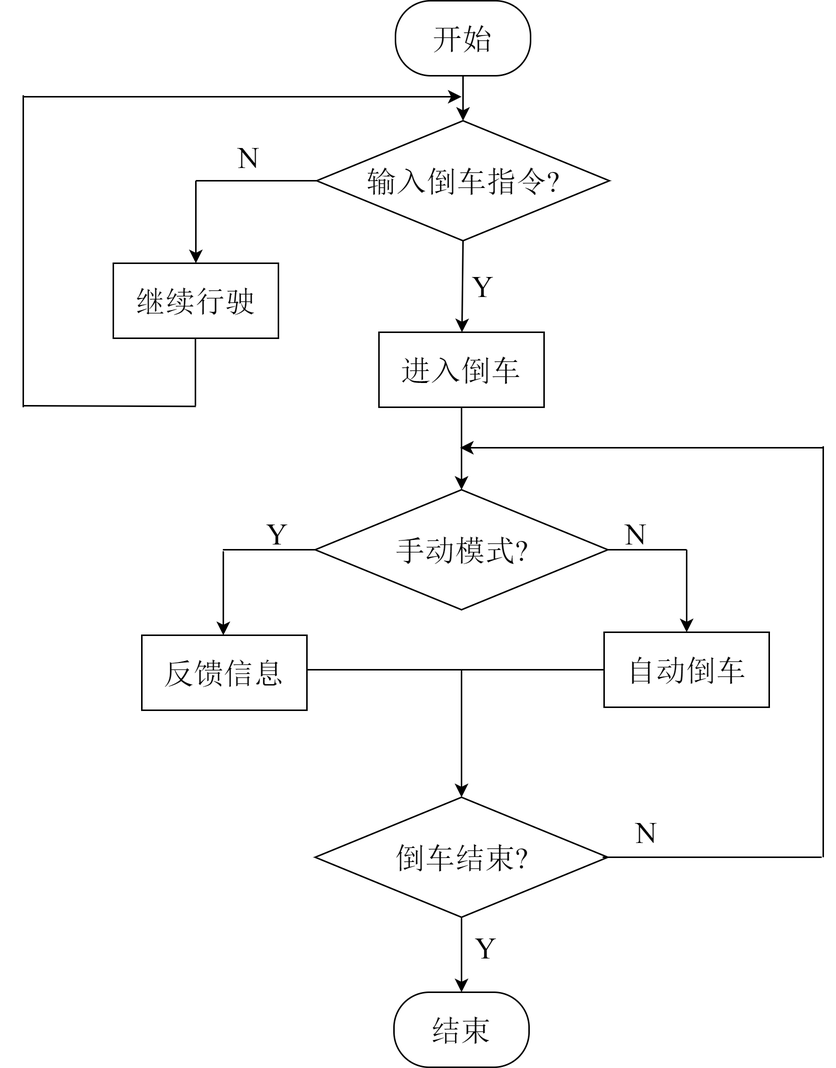
muyuuuu/Reversing-radar-by-Arduino keeps this draw.io diagram as word/图/flowchart1.png. Above is the earlier version. Source tidied: cells renumbered, new cells last; positions are measured from the earlier drawing's top-left corner, leaving out a move shared by most shapes.
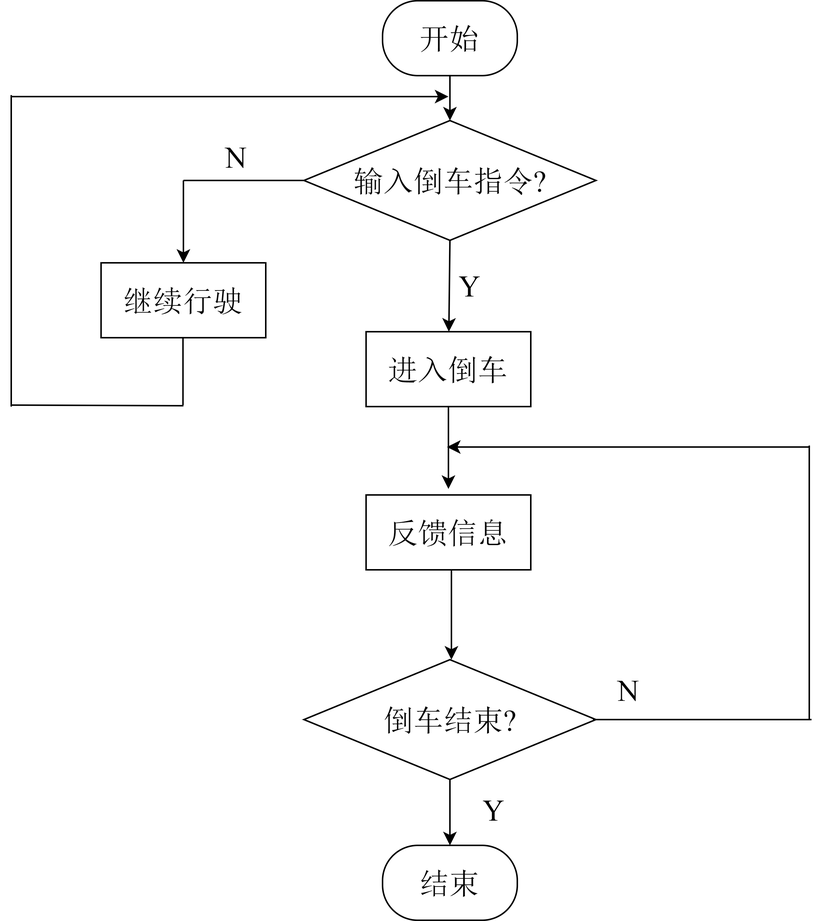
The same file after the commit.

What changed in the source:
```diff
@@ -2,157 +2,115 @@
   <root>
     <mxCell id="0" />
     <mxCell id="1" parent="0" />
-    <mxCell id="2" style="group;" parent="1" vertex="1">
-      <mxGeometry width="593" height="711" as="geometry" />
-    </mxCell>
-    <mxCell id="3" style="group;" parent="2" vertex="1">
-      <mxGeometry width="593" height="711" as="geometry" />
-    </mxCell>
-    <mxCell id="4" style="endArrow=none;html=1;entryX=0;entryY=0.5;entryDx=0;entryDy=0;" parent="3" edge="1">
-      <mxGeometry relative="1" as="geometry">
-        <mxPoint x="193" y="366" as="sourcePoint" />
-        <mxPoint x="288.5" y="366" as="targetPoint" />
-        <Array as="points">
-          <mxPoint x="289" y="366" />
-        </Array>
-      </mxGeometry>
-    </mxCell>
-    <mxCell id="5" style="endArrow=none;html=1;entryX=0;entryY=0.5;entryDx=0;entryDy=0;exitX=1;exitY=0.5;exitDx=0;exitDy=0;" parent="3" edge="1" target="13">
-      <mxGeometry relative="1" as="geometry">
-        <mxPoint x="215" y="446" as="sourcePoint" />
-      </mxGeometry>
-    </mxCell>
-    <mxCell id="6" style="endArrow=none;html=1;" parent="3" edge="1">
-      <mxGeometry relative="1" as="geometry">
-        <mxPoint x="175" y="120" as="sourcePoint" />
-        <mxPoint x="264" y="120" as="targetPoint" />
-      </mxGeometry>
-    </mxCell>
+    <mxCell id="38" style="group;" parent="1" vertex="1">
+      <mxGeometry x="110" y="-80" width="534.5" height="614" as="geometry" />
+    </mxCell>
+    <mxCell id="39" style="endArrow=none;html=1;" parent="38" edge="1">
+      <mxGeometry relative="1" as="geometry">
+        <mxPoint x="115" y="120" as="sourcePoint" />
+        <mxPoint x="204" y="120" as="targetPoint" />
+      </mxGeometry>
+    </mxCell>
-    <mxCell id="7" value="&lt;font style=&quot;font-size: 20px&quot;&gt;开始&lt;/font&gt;" style="rounded=1;whiteSpace=wrap;html=1;arcSize=47;fontFamily=宋体;strokeWidth=1;" parent="3" vertex="1">
-      <mxGeometry x="308" width="90" height="50" as="geometry" />
+    <mxCell id="7" value="&lt;font style=&quot;font-size: 20px&quot;&gt;开始&lt;/font&gt;" style="rounded=1;whiteSpace=wrap;html=1;arcSize=47;fontFamily=宋体;strokeWidth=1;" parent="38" vertex="1">
+      <mxGeometry x="248" width="90" height="50" as="geometry" />
     </mxCell>
-    <mxCell id="8" value="&lt;font style=&quot;font-size: 20px&quot; face=&quot;宋体&quot;&gt;输入倒车指令&lt;/font&gt;&lt;font style=&quot;font-size: 20px&quot; face=&quot;Times New Roman&quot;&gt;?&lt;/font&gt;" style="rhombus;whiteSpace=wrap;html=1;strokeWidth=1;" parent="3" vertex="1">
-      <mxGeometry x="255.5" y="80" width="195" height="80" as="geometry" />
+    <mxCell id="8" value="&lt;font style=&quot;font-size: 20px&quot; face=&quot;宋体&quot;&gt;输入倒车指令&lt;/font&gt;&lt;font style=&quot;font-size: 20px&quot; face=&quot;Times New Roman&quot;&gt;?&lt;/font&gt;" style="rhombus;whiteSpace=wrap;html=1;strokeWidth=1;" parent="38" vertex="1">
+      <mxGeometry x="195.5" y="80" width="195" height="80" as="geometry" />
     </mxCell>
-    <mxCell id="9" value="&lt;font style=&quot;font-size: 20px&quot; face=&quot;宋体&quot;&gt;继续行驶&lt;/font&gt;" style="rounded=0;whiteSpace=wrap;html=1;strokeWidth=1;" parent="3" vertex="1">
-      <mxGeometry x="120" y="175" width="110" height="50" as="geometry" />
+    <mxCell id="9" value="&lt;font style=&quot;font-size: 20px&quot; face=&quot;宋体&quot;&gt;继续行驶&lt;/font&gt;" style="rounded=0;whiteSpace=wrap;html=1;strokeWidth=1;" parent="38" vertex="1">
+      <mxGeometry x="60" y="175" width="110" height="50" as="geometry" />
     </mxCell>
-    <mxCell id="10" value="&lt;font face=&quot;宋体&quot;&gt;&lt;span style=&quot;font-size: 20px&quot;&gt;进入倒车&lt;/span&gt;&lt;/font&gt;" style="rounded=0;whiteSpace=wrap;html=1;strokeWidth=1;" parent="3" vertex="1">
-      <mxGeometry x="297" y="221" width="110" height="50" as="geometry" />
+    <mxCell id="10" value="&lt;font face=&quot;宋体&quot;&gt;&lt;span style=&quot;font-size: 20px&quot;&gt;进入倒车&lt;/span&gt;&lt;/font&gt;" style="rounded=0;whiteSpace=wrap;html=1;strokeWidth=1;" parent="38" vertex="1">
+      <mxGeometry x="237" y="221" width="110" height="50" as="geometry" />
     </mxCell>
-    <mxCell id="11" value="&lt;font style=&quot;font-size: 20px&quot; face=&quot;宋体&quot;&gt;手动模式&lt;/font&gt;&lt;font style=&quot;font-size: 20px&quot; face=&quot;Times New Roman&quot;&gt;?&lt;/font&gt;" style="rhombus;whiteSpace=wrap;html=1;strokeWidth=1;" parent="3" vertex="1">
-      <mxGeometry x="254.5" y="326" width="195" height="80" as="geometry" />
-    </mxCell>
-    <mxCell id="12" value="&lt;font style=&quot;font-size: 20px&quot; face=&quot;宋体&quot;&gt;反馈信息&lt;/font&gt;" style="rounded=0;whiteSpace=wrap;html=1;strokeWidth=1;" parent="3" vertex="1">
-      <mxGeometry x="139" y="423" width="110" height="50" as="geometry" />
+    <mxCell id="12" value="&lt;font style=&quot;font-size: 20px&quot; face=&quot;宋体&quot;&gt;反馈信息&lt;/font&gt;" style="rounded=0;whiteSpace=wrap;html=1;strokeWidth=1;" parent="38" vertex="1">
+      <mxGeometry x="237" y="330" width="110" height="50" as="geometry" />
     </mxCell>
-    <mxCell id="13" value="&lt;font style=&quot;font-size: 20px&quot; face=&quot;宋体&quot;&gt;自动倒车&lt;/font&gt;" style="rounded=0;whiteSpace=wrap;html=1;strokeWidth=1;" parent="3" vertex="1">
-      <mxGeometry x="447" y="421" width="110" height="50" as="geometry" />
-    </mxCell>
-    <mxCell id="14" value="&lt;font style=&quot;font-size: 20px&quot; face=&quot;宋体&quot;&gt;倒车结束&lt;/font&gt;&lt;font style=&quot;font-size: 20px&quot; face=&quot;Times New Roman&quot;&gt;?&lt;/font&gt;" style="rhombus;whiteSpace=wrap;html=1;strokeWidth=1;" parent="3" vertex="1">
-      <mxGeometry x="254.5" y="531" width="195" height="80" as="geometry" />
+    <mxCell id="14" value="&lt;font style=&quot;font-size: 20px&quot; face=&quot;宋体&quot;&gt;倒车结束&lt;/font&gt;&lt;font style=&quot;font-size: 20px&quot; face=&quot;Times New Roman&quot;&gt;?&lt;/font&gt;" style="rhombus;whiteSpace=wrap;html=1;strokeWidth=1;" parent="38" vertex="1">
+      <mxGeometry x="195.5" y="440" width="195" height="80" as="geometry" />
     </mxCell>
-    <mxCell id="15" style="endArrow=classic;html=1;exitX=0.5;exitY=1;exitDx=0;exitDy=0;entryX=0.5;entryY=0;entryDx=0;entryDy=0;" parent="3" edge="1" source="14" target="31">
+    <mxCell id="15" style="endArrow=classic;html=1;exitX=0.5;exitY=1;exitDx=0;exitDy=0;entryX=0.5;entryY=0;entryDx=0;entryDy=0;" parent="38" edge="1" source="14" target="31">
       <mxGeometry relative="1" as="geometry" />
     </mxCell>
-    <mxCell id="16" style="endArrow=classic;html=1;" parent="3" edge="1">
-      <mxGeometry relative="1" as="geometry">
-        <mxPoint x="593" y="298" as="sourcePoint" />
-        <mxPoint x="351" y="298" as="targetPoint" />
-      </mxGeometry>
-    </mxCell>
-    <mxCell id="17" style="endArrow=classic;html=1;entryX=0.5;entryY=0;entryDx=0;entryDy=0;" parent="3" edge="1" target="14">
-      <mxGeometry relative="1" as="geometry">
-        <mxPoint x="352" y="446" as="sourcePoint" />
-      </mxGeometry>
-    </mxCell>
-    <mxCell id="18" style="endArrow=classic;html=1;" parent="3" edge="1" target="13">
-      <mxGeometry relative="1" as="geometry">
-        <mxPoint x="502" y="366" as="sourcePoint" />
-      </mxGeometry>
-    </mxCell>
-    <mxCell id="19" style="endArrow=classic;html=1;entryX=0.5;entryY=0;entryDx=0;entryDy=0;" parent="3" edge="1">
-      <mxGeometry relative="1" as="geometry">
-        <mxPoint x="193.3" y="367" as="sourcePoint" />
-        <mxPoint x="193.3" y="423" as="targetPoint" />
-      </mxGeometry>
-    </mxCell>
-    <mxCell id="20" style="endArrow=classic;html=1;exitX=0.5;exitY=1;exitDx=0;exitDy=0;entryX=0.5;entryY=0;entryDx=0;entryDy=0;" parent="3" edge="1" source="10" target="11">
-      <mxGeometry relative="1" as="geometry" />
-    </mxCell>
-    <mxCell id="21" style="endArrow=classic;html=1;" parent="3" edge="1">
-      <mxGeometry relative="1" as="geometry">
-        <mxPoint x="60" y="64" as="sourcePoint" />
-        <mxPoint x="352" y="64" as="targetPoint" />
-      </mxGeometry>
-    </mxCell>
-    <mxCell id="22" style="endArrow=classic;html=1;" parent="3" edge="1">
-      <mxGeometry relative="1" as="geometry">
-        <mxPoint x="175" y="120" as="sourcePoint" />
-        <mxPoint x="175" y="175" as="targetPoint" />
-      </mxGeometry>
-    </mxCell>
+    <mxCell id="40" style="endArrow=classic;html=1;" parent="38" edge="1">
+      <mxGeometry relative="1" as="geometry">
+        <mxPoint x="533" y="298" as="sourcePoint" />
+        <mxPoint x="291" y="298" as="targetPoint" />
+      </mxGeometry>
+    </mxCell>
+    <mxCell id="41" style="endArrow=classic;html=1;" parent="38" edge="1">
+      <mxGeometry relative="1" as="geometry">
+        <mxPoint x="294" y="380" as="sourcePoint" />
+        <mxPoint x="294" y="440" as="targetPoint" />
+      </mxGeometry>
+    </mxCell>
+    <mxCell id="42" style="endArrow=classic;html=1;exitX=0.5;exitY=1;exitDx=0;exitDy=0;entryX=0.5;entryY=0;entryDx=0;entryDy=0;" parent="38" edge="1" source="10">
+      <mxGeometry relative="1" as="geometry">
+        <mxPoint x="292" y="326" as="targetPoint" />
+      </mxGeometry>
+    </mxCell>
+    <mxCell id="43" style="endArrow=classic;html=1;" parent="38" edge="1">
+      <mxGeometry relative="1" as="geometry">
+        <mxPoint y="64" as="sourcePoint" />
+        <mxPoint x="292" y="64" as="targetPoint" />
+      </mxGeometry>
+    </mxCell>
+    <mxCell id="44" style="endArrow=classic;html=1;" parent="38" edge="1">
+      <mxGeometry relative="1" as="geometry">
+        <mxPoint x="115" y="120" as="sourcePoint" />
+        <mxPoint x="115" y="175" as="targetPoint" />
+      </mxGeometry>
+    </mxCell>
-    <mxCell id="23" style="endArrow=classic;html=1;exitX=0.5;exitY=1;exitDx=0;exitDy=0;" parent="3" edge="1" source="8" target="10">
+    <mxCell id="23" style="endArrow=classic;html=1;exitX=0.5;exitY=1;exitDx=0;exitDy=0;" parent="38" edge="1" source="8" target="10">
       <mxGeometry relative="1" as="geometry" />
     </mxCell>
-    <mxCell id="24" style="endArrow=classic;html=1;entryX=0.5;entryY=0;entryDx=0;entryDy=0;exitX=0.5;exitY=1;exitDx=0;exitDy=0;" parent="3" edge="1" source="7" target="8">
+    <mxCell id="24" style="endArrow=classic;html=1;entryX=0.5;entryY=0;entryDx=0;entryDy=0;exitX=0.5;exitY=1;exitDx=0;exitDy=0;" parent="38" edge="1" source="7" target="8">
       <mxGeometry relative="1" as="geometry" />
     </mxCell>
-    <mxCell id="25" style="endArrow=none;html=1;exitX=1;exitY=0.5;exitDx=0;exitDy=0;" parent="3" edge="1" source="11">
-      <mxGeometry relative="1" as="geometry">
-        <mxPoint x="502" y="366" as="targetPoint" />
-      </mxGeometry>
-    </mxCell>
-    <mxCell id="26" style="endArrow=none;html=1;" parent="3" edge="1">
-      <mxGeometry relative="1" as="geometry">
-        <mxPoint x="60" y="271" as="sourcePoint" />
-        <mxPoint x="60" y="63" as="targetPoint" />
-      </mxGeometry>
-    </mxCell>
-    <mxCell id="27" style="endArrow=none;html=1;" parent="3" edge="1">
-      <mxGeometry relative="1" as="geometry">
-        <mxPoint x="60" y="270" as="sourcePoint" />
-        <mxPoint x="175" y="270.4" as="targetPoint" />
-      </mxGeometry>
-    </mxCell>
-    <mxCell id="28" style="endArrow=none;html=1;" parent="3" edge="1">
-      <mxGeometry relative="1" as="geometry">
-        <mxPoint x="174.7" y="270" as="sourcePoint" />
-        <mxPoint x="174.7" y="225" as="targetPoint" />
-      </mxGeometry>
-    </mxCell>
-    <mxCell id="29" style="endArrow=none;html=1;" parent="3" edge="1">
-      <mxGeometry relative="1" as="geometry">
-        <mxPoint x="593" y="571" as="sourcePoint" />
-        <mxPoint x="593" y="297" as="targetPoint" />
-      </mxGeometry>
-    </mxCell>
-    <mxCell id="30" style="endArrow=none;html=1;" parent="3" edge="1">
-      <mxGeometry relative="1" as="geometry">
-        <mxPoint x="592" y="571" as="sourcePoint" />
-        <mxPoint x="446" y="571" as="targetPoint" />
-      </mxGeometry>
-    </mxCell>
+    <mxCell id="45" style="endArrow=none;html=1;" parent="38" edge="1">
+      <mxGeometry relative="1" as="geometry">
+        <mxPoint y="271" as="sourcePoint" />
+        <mxPoint y="63" as="targetPoint" />
+      </mxGeometry>
+    </mxCell>
+    <mxCell id="46" style="endArrow=none;html=1;" parent="38" edge="1">
+      <mxGeometry relative="1" as="geometry">
+        <mxPoint y="270" as="sourcePoint" />
+        <mxPoint x="115" y="270.4" as="targetPoint" />
+      </mxGeometry>
+    </mxCell>
+    <mxCell id="47" style="endArrow=none;html=1;" parent="38" edge="1">
+      <mxGeometry relative="1" as="geometry">
+        <mxPoint x="114.7" y="270" as="sourcePoint" />
+        <mxPoint x="114.7" y="225" as="targetPoint" />
+      </mxGeometry>
+    </mxCell>
+    <mxCell id="48" style="endArrow=none;html=1;" parent="38" edge="1">
+      <mxGeometry relative="1" as="geometry">
+        <mxPoint x="533" y="480" as="sourcePoint" />
+        <mxPoint x="533" y="297" as="targetPoint" />
+      </mxGeometry>
+    </mxCell>
+    <mxCell id="49" style="endArrow=none;html=1;" parent="38" edge="1">
+      <mxGeometry relative="1" as="geometry">
+        <mxPoint x="534.5" y="480" as="sourcePoint" />
+        <mxPoint x="388.5" y="480" as="targetPoint" />
+      </mxGeometry>
+    </mxCell>
-    <mxCell id="31" value="&lt;font style=&quot;font-size: 20px&quot;&gt;结束&lt;/font&gt;" style="rounded=1;whiteSpace=wrap;html=1;arcSize=47;fontFamily=宋体;strokeWidth=1;" parent="3" vertex="1">
-      <mxGeometry x="307" y="661" width="90" height="50" as="geometry" />
+    <mxCell id="31" value="&lt;font style=&quot;font-size: 20px&quot;&gt;结束&lt;/font&gt;" style="rounded=1;whiteSpace=wrap;html=1;arcSize=47;fontFamily=宋体;strokeWidth=1;" parent="38" vertex="1">
+      <mxGeometry x="248" y="564" width="90" height="50" as="geometry" />
     </mxCell>
-    <mxCell id="32" value="&lt;font face=&quot;Times New Roman&quot; style=&quot;font-size: 20px&quot;&gt;Y&lt;/font&gt;" style="text;html=1;align=center;verticalAlign=middle;" parent="3" vertex="1">
-      <mxGeometry x="354" y="180" width="24" height="20" as="geometry" />
-    </mxCell>
-    <mxCell id="33" value="&lt;font face=&quot;Times New Roman&quot; style=&quot;font-size: 20px&quot;&gt;N&lt;/font&gt;" style="text;html=1;align=center;verticalAlign=middle;" parent="3" vertex="1">
-      <mxGeometry x="456" y="345" width="24" height="20" as="geometry" />
-    </mxCell>
-    <mxCell id="34" value="&lt;font face=&quot;Times New Roman&quot; style=&quot;font-size: 20px&quot;&gt;N&lt;/font&gt;" style="text;html=1;align=center;verticalAlign=middle;" parent="3" vertex="1">
-      <mxGeometry x="198" y="94" width="24" height="20" as="geometry" />
-    </mxCell>
-    <mxCell id="35" value="&lt;font face=&quot;Times New Roman&quot; style=&quot;font-size: 20px&quot;&gt;Y&lt;/font&gt;" style="text;html=1;align=center;verticalAlign=middle;" parent="3" vertex="1">
-      <mxGeometry x="217" y="345" width="24" height="20" as="geometry" />
-    </mxCell>
-    <mxCell id="36" value="&lt;font face=&quot;Times New Roman&quot; style=&quot;font-size: 20px&quot;&gt;Y&lt;/font&gt;" style="text;html=1;align=center;verticalAlign=middle;" parent="3" vertex="1">
-      <mxGeometry x="356" y="621" width="24" height="20" as="geometry" />
-    </mxCell>
-    <mxCell id="37" value="&lt;font face=&quot;Times New Roman&quot; style=&quot;font-size: 20px&quot;&gt;N&lt;/font&gt;" style="text;html=1;align=center;verticalAlign=middle;" parent="3" vertex="1">
-      <mxGeometry x="463" y="544" width="24" height="20" as="geometry" />
-    </mxCell>
+    <mxCell id="50" value="&lt;font face=&quot;Times New Roman&quot; style=&quot;font-size: 20px&quot;&gt;Y&lt;/font&gt;" style="text;html=1;align=center;verticalAlign=middle;" parent="38" vertex="1">
+      <mxGeometry x="294" y="180" width="24" height="20" as="geometry" />
+    </mxCell>
+    <mxCell id="51" value="&lt;font face=&quot;Times New Roman&quot; style=&quot;font-size: 20px&quot;&gt;N&lt;/font&gt;" style="text;html=1;align=center;verticalAlign=middle;" parent="38" vertex="1">
+      <mxGeometry x="138" y="94" width="24" height="20" as="geometry" />
+    </mxCell>
+    <mxCell id="52" value="&lt;font face=&quot;Times New Roman&quot; style=&quot;font-size: 20px&quot;&gt;Y&lt;/font&gt;" style="text;html=1;align=center;verticalAlign=middle;" parent="38" vertex="1">
+      <mxGeometry x="310" y="530" width="24" height="20" as="geometry" />
+    </mxCell>
+    <mxCell id="53" value="&lt;font face=&quot;Times New Roman&quot; style=&quot;font-size: 20px&quot;&gt;N&lt;/font&gt;" style="text;html=1;align=center;verticalAlign=middle;" parent="38" vertex="1">
+      <mxGeometry x="400" y="450" width="24" height="20" as="geometry" />
+    </mxCell>
   </root>
 </mxGraphModel>
```
